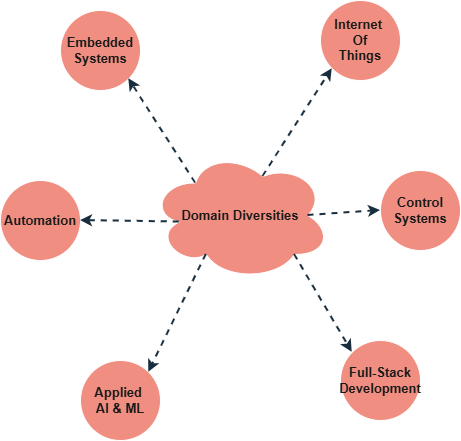
Agnibha-31/Agnibha-31 keeps this draw.io diagram as flow.drawio.png. Above is the earlier version. Source tidied: cells renumbered, new cells last; positions are measured from the earlier drawing's top-left corner, leaving out a move shared by most shapes.
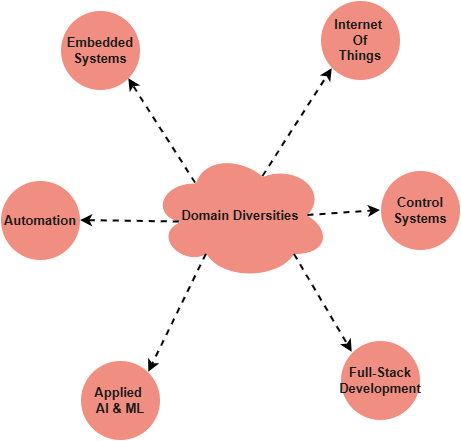
Later version of the same file.

Diff of the diagram source:
```diff
@@ -23,22 +23,22 @@
     <mxCell id="8" value="Automation" style="ellipse;whiteSpace=wrap;html=1;fontColor=#1A1A1A;strokeColor=#FFFFFF;rounded=0;labelBackgroundColor=none;fillColor=#F08E81;fontSize=13;fontStyle=1;" parent="1" vertex="1">
       <mxGeometry y="180" width="80" height="80" as="geometry" />
     </mxCell>
-    <mxCell id="9" style="endArrow=classic;html=1;rounded=0;exitX=0.25;exitY=0.25;exitDx=0;exitDy=0;exitPerimeter=0;entryX=1;entryY=1;entryDx=0;entryDy=0;dashed=1;strokeWidth=2;strokeColor=#182E3E;labelBackgroundColor=none;fontColor=default;" parent="1" edge="1" source="2" target="3">
+    <mxCell id="9" style="endArrow=classic;html=1;rounded=0;exitX=0.25;exitY=0.25;exitDx=0;exitDy=0;exitPerimeter=0;entryX=1;entryY=1;entryDx=0;entryDy=0;dashed=1;strokeWidth=2;labelBackgroundColor=none;fontColor=default;" parent="1" edge="1" source="2" target="3">
       <mxGeometry relative="1" as="geometry" />
     </mxCell>
-    <mxCell id="10" style="endArrow=classic;html=1;rounded=0;exitX=0.625;exitY=0.2;exitDx=0;exitDy=0;exitPerimeter=0;entryX=0;entryY=1;entryDx=0;entryDy=0;dashed=1;strokeWidth=2;strokeColor=#182E3E;labelBackgroundColor=none;fontColor=default;" parent="1" edge="1" source="2" target="4">
+    <mxCell id="10" style="endArrow=classic;html=1;rounded=0;exitX=0.625;exitY=0.2;exitDx=0;exitDy=0;exitPerimeter=0;entryX=0;entryY=1;entryDx=0;entryDy=0;dashed=1;strokeWidth=2;labelBackgroundColor=none;fontColor=default;" parent="1" edge="1" source="2" target="4">
       <mxGeometry relative="1" as="geometry" />
     </mxCell>
-    <mxCell id="11" style="endArrow=classic;html=1;rounded=0;exitX=0.875;exitY=0.5;exitDx=0;exitDy=0;exitPerimeter=0;entryX=0;entryY=0.5;entryDx=0;entryDy=0;dashed=1;strokeWidth=2;strokeColor=#182E3E;labelBackgroundColor=none;fontColor=default;" parent="1" edge="1" source="2" target="5">
+    <mxCell id="11" style="endArrow=classic;html=1;rounded=0;exitX=0.875;exitY=0.5;exitDx=0;exitDy=0;exitPerimeter=0;entryX=0;entryY=0.5;entryDx=0;entryDy=0;dashed=1;strokeWidth=2;labelBackgroundColor=none;fontColor=default;" parent="1" edge="1" source="2" target="5">
       <mxGeometry relative="1" as="geometry" />
     </mxCell>
-    <mxCell id="12" style="endArrow=classic;html=1;rounded=0;exitX=0.8;exitY=0.8;exitDx=0;exitDy=0;exitPerimeter=0;entryX=0;entryY=0;entryDx=0;entryDy=0;dashed=1;strokeWidth=2;strokeColor=#182E3E;labelBackgroundColor=none;fontColor=default;" parent="1" edge="1" source="2" target="6">
+    <mxCell id="12" style="endArrow=classic;html=1;rounded=0;exitX=0.8;exitY=0.8;exitDx=0;exitDy=0;exitPerimeter=0;entryX=0;entryY=0;entryDx=0;entryDy=0;dashed=1;strokeWidth=2;labelBackgroundColor=none;fontColor=default;" parent="1" edge="1" source="2" target="6">
       <mxGeometry relative="1" as="geometry" />
     </mxCell>
-    <mxCell id="13" style="endArrow=classic;html=1;rounded=0;exitX=0.31;exitY=0.8;exitDx=0;exitDy=0;exitPerimeter=0;entryX=1;entryY=0;entryDx=0;entryDy=0;dashed=1;strokeWidth=2;strokeColor=#182E3E;labelBackgroundColor=none;fontColor=default;" parent="1" edge="1" source="2" target="7">
+    <mxCell id="13" style="endArrow=classic;html=1;rounded=0;exitX=0.31;exitY=0.8;exitDx=0;exitDy=0;exitPerimeter=0;entryX=1;entryY=0;entryDx=0;entryDy=0;dashed=1;strokeWidth=2;labelBackgroundColor=none;fontColor=default;" parent="1" edge="1" source="2" target="7">
       <mxGeometry relative="1" as="geometry" />
     </mxCell>
-    <mxCell id="14" style="endArrow=classic;html=1;rounded=0;exitX=0.16;exitY=0.55;exitDx=0;exitDy=0;exitPerimeter=0;entryX=1;entryY=0.5;entryDx=0;entryDy=0;dashed=1;strokeWidth=2;strokeColor=#182E3E;labelBackgroundColor=none;fontColor=default;" parent="1" edge="1" source="2" target="8">
+    <mxCell id="14" style="endArrow=classic;html=1;rounded=0;exitX=0.16;exitY=0.55;exitDx=0;exitDy=0;exitPerimeter=0;entryX=1;entryY=0.5;entryDx=0;entryDy=0;dashed=1;strokeWidth=2;labelBackgroundColor=none;fontColor=default;" parent="1" edge="1" source="2" target="8">
       <mxGeometry relative="1" as="geometry" />
     </mxCell>
   </root>
```
